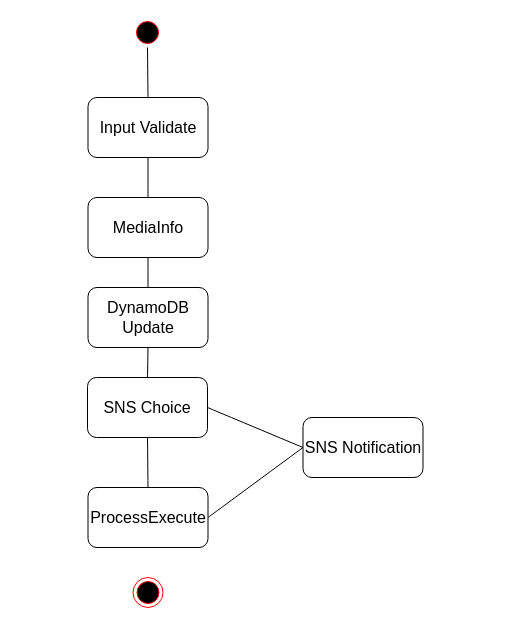
Before: Ingest-Workflow.drawio in coderTechJordan/Networking, a draw.io diagram. Source tidied: cells renumbered, new cells numbered last; positions are measured from the earlier drawing's top-left corner, leaving out a move shared by most shapes. Both pictures are drawn from the tidied source at 100%, with x=0, y=0 at pixel (87, 17).
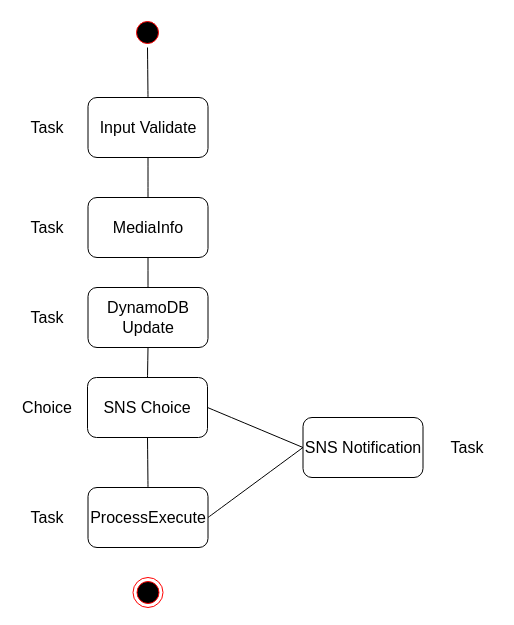
Above is the later version.

Diff of the diagram source:
```diff
@@
+    <mxCell id="17" value="Task" style="text;html=1;strokeColor=none;fillColor=none;align=center;verticalAlign=middle;whiteSpace=wrap;rounded=0;fontSize=16;" parent="1" vertex="1">
+      <mxGeometry x="-70" y="95" width="60" height="30" as="geometry" />
+    </mxCell>
+    <mxCell id="18" value="Task" style="text;html=1;strokeColor=none;fillColor=none;align=center;verticalAlign=middle;whiteSpace=wrap;rounded=0;fontSize=16;" parent="1" vertex="1">
+      <mxGeometry x="-70" y="195" width="60" height="30" as="geometry" />
+    </mxCell>
+    <mxCell id="19" value="Task" style="text;html=1;strokeColor=none;fillColor=none;align=center;verticalAlign=middle;whiteSpace=wrap;rounded=0;fontSize=16;" parent="1" vertex="1">
+      <mxGeometry x="-70" y="285" width="60" height="30" as="geometry" />
+    </mxCell>
+    <mxCell id="20" value="Task" style="text;html=1;strokeColor=none;fillColor=none;align=center;verticalAlign=middle;whiteSpace=wrap;rounded=0;fontSize=16;" parent="1" vertex="1">
+      <mxGeometry x="-70" y="485" width="60" height="30" as="geometry" />
+    </mxCell>
+    <mxCell id="21" value="Task" style="text;html=1;strokeColor=none;fillColor=none;align=center;verticalAlign=middle;whiteSpace=wrap;rounded=0;fontSize=16;" parent="1" vertex="1">
+      <mxGeometry x="350" y="415" width="60" height="30" as="geometry" />
+    </mxCell>
+    <mxCell id="22" value="Choice" style="text;html=1;strokeColor=none;fillColor=none;align=center;verticalAlign=middle;whiteSpace=wrap;rounded=0;fontSize=16;" parent="1" vertex="1">
+      <mxGeometry x="-70" y="375" width="60" height="30" as="geometry" />
+    </mxCell>
```
